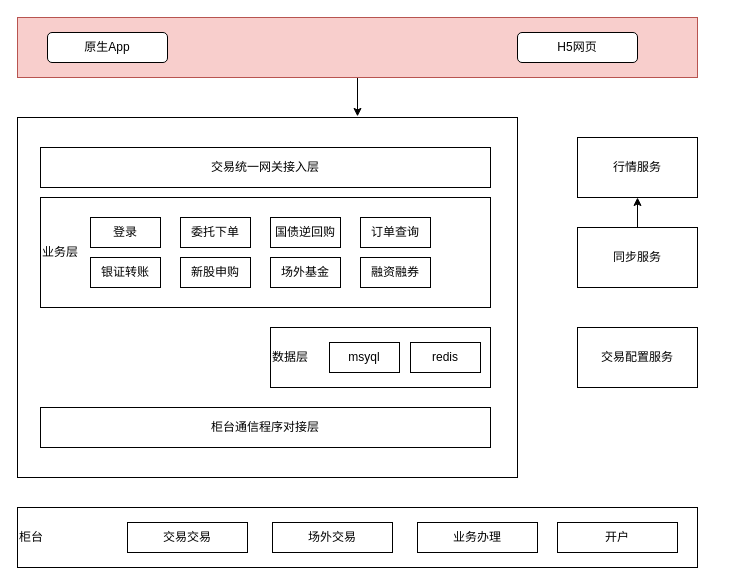
Above: Untitled Diagram.drawio in WindRain20140210/files-ArchitectureDiagram (draw.io), before the change. Source tidied: cells renumbered, new cells numbered last; positions are measured from the earlier drawing's top-left corner, leaving out a move shared by most shapes. Both pictures are drawn from the tidied source at 100%, with x=0, y=0 at pixel (17, 17).
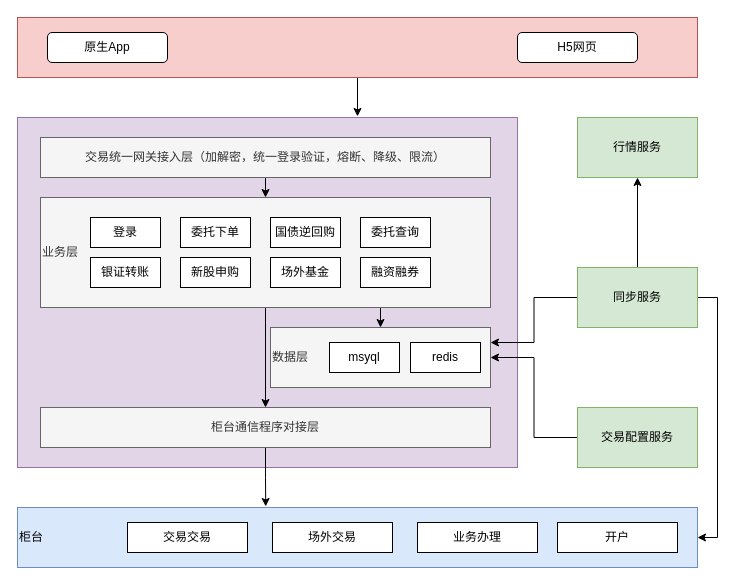
The same diagram, later.

Change to the diagram source:
```diff
@@
-    <mxCell id="6" style="rounded=0;whiteSpace=wrap;html=1;" parent="1" vertex="1">
-      <mxGeometry y="100" width="500" height="360" as="geometry" />
+    <mxCell id="6" style="rounded=0;whiteSpace=wrap;html=1;fillColor=#e1d5e7;strokeColor=#9673a6;" parent="1" vertex="1">
+      <mxGeometry y="100" width="500" height="350" as="geometry" />
     </mxCell>
+    <mxCell id="30" style="edgeStyle=orthogonalEdgeStyle;rounded=0;jettySize=auto;html=1;exitX=0.5;exitY=1;exitDx=0;exitDy=0;entryX=0.5;entryY=0;entryDx=0;entryDy=0;" parent="1" edge="1" source="7" target="8">
+      <mxGeometry relative="1" as="geometry" />
+    </mxCell>
-    <mxCell id="7" value="交易统一网关接入层" style="rounded=0;whiteSpace=wrap;html=1;" parent="1" vertex="1">
-      <mxGeometry x="23" y="130" width="450" height="40" as="geometry" />
+    <mxCell id="7" value="交易统一网关接入层（加解密，统一登录验证，熔断、降级、限流）" style="rounded=0;whiteSpace=wrap;html=1;fillColor=#f5f5f5;strokeColor=#666666;fontColor=#333333;" parent="1" vertex="1">
+      <mxGeometry x="23" y="120" width="450" height="40" as="geometry" />
     </mxCell>
+    <mxCell id="31" style="edgeStyle=orthogonalEdgeStyle;rounded=0;jettySize=auto;html=1;entryX=0.5;entryY=0;entryDx=0;entryDy=0;" parent="1" edge="1" source="8" target="9">
+      <mxGeometry relative="1" as="geometry" />
+    </mxCell>
+    <mxCell id="32" style="edgeStyle=orthogonalEdgeStyle;rounded=0;jettySize=auto;html=1;exitX=0.75;exitY=1;exitDx=0;exitDy=0;entryX=0.5;entryY=0;entryDx=0;entryDy=0;" parent="1" edge="1" source="8" target="10">
+      <mxGeometry relative="1" as="geometry" />
+    </mxCell>
-    <mxCell id="8" value="业务层" style="rounded=0;whiteSpace=wrap;html=1;align=left;" parent="1" vertex="1">
+    <mxCell id="8" value="业务层" style="rounded=0;whiteSpace=wrap;html=1;align=left;fillColor=#f5f5f5;strokeColor=#666666;fontColor=#333333;" parent="1" vertex="1">
       <mxGeometry x="23" y="180" width="450" height="110" as="geometry" />
     </mxCell>
+    <mxCell id="33" style="edgeStyle=orthogonalEdgeStyle;rounded=0;jettySize=auto;html=1;entryX=0.365;entryY=-0.017;entryDx=0;entryDy=0;entryPerimeter=0;" parent="1" edge="1" source="9" target="21">
+      <mxGeometry relative="1" as="geometry" />
+    </mxCell>
-    <mxCell id="9" value="柜台通信程序对接层" style="rounded=0;whiteSpace=wrap;html=1;" parent="1" vertex="1">
+    <mxCell id="9" value="柜台通信程序对接层" style="rounded=0;whiteSpace=wrap;html=1;fillColor=#f5f5f5;strokeColor=#666666;fontColor=#333333;" parent="1" vertex="1">
       <mxGeometry x="23" y="390" width="450" height="40" as="geometry" />
     </mxCell>
-    <mxCell id="10" value="&lt;div&gt;&lt;span&gt;数据层&lt;/span&gt;&lt;/div&gt;" style="rounded=0;whiteSpace=wrap;html=1;align=left;" parent="1" vertex="1">
+    <mxCell id="10" value="&lt;div&gt;&lt;span&gt;数据层&lt;/span&gt;&lt;/div&gt;" style="rounded=0;whiteSpace=wrap;html=1;align=left;fillColor=#f5f5f5;strokeColor=#666666;fontColor=#333333;" parent="1" vertex="1">
       <mxGeometry x="253" y="310" width="220" height="60" as="geometry" />
     </mxCell>
@@
-    <mxCell id="19" value="订单查询" style="rounded=0;whiteSpace=wrap;html=1;" parent="1" vertex="1">
+    <mxCell id="19" value="委托查询" style="rounded=0;whiteSpace=wrap;html=1;" parent="1" vertex="1">
       <mxGeometry x="343" y="200" width="70" height="30" as="geometry" />
     </mxCell>
@@
-    <mxCell id="21" value="柜台" style="rounded=0;whiteSpace=wrap;html=1;align=left;" parent="1" vertex="1">
+    <mxCell id="21" value="柜台" style="rounded=0;whiteSpace=wrap;html=1;align=left;fillColor=#dae8fc;strokeColor=#6c8ebf;" parent="1" vertex="1">
       <mxGeometry y="490" width="680" height="60" as="geometry" />
     </mxCell>
@@
-    <mxCell id="26" value="行情服务" style="rounded=0;whiteSpace=wrap;html=1;" parent="1" vertex="1">
-      <mxGeometry x="560" y="120" width="120" height="60" as="geometry" />
+    <mxCell id="26" value="行情服务" style="rounded=0;whiteSpace=wrap;html=1;fillColor=#d5e8d4;strokeColor=#82b366;" parent="1" vertex="1">
+      <mxGeometry x="560" y="100" width="120" height="60" as="geometry" />
     </mxCell>
@@
+    <mxCell id="34" style="edgeStyle=orthogonalEdgeStyle;rounded=0;jettySize=auto;html=1;exitX=0;exitY=0.5;exitDx=0;exitDy=0;entryX=1;entryY=0.25;entryDx=0;entryDy=0;" parent="1" edge="1" source="28" target="10">
+      <mxGeometry relative="1" as="geometry" />
+    </mxCell>
+    <mxCell id="35" style="edgeStyle=orthogonalEdgeStyle;rounded=0;jettySize=auto;html=1;exitX=1;exitY=0.5;exitDx=0;exitDy=0;entryX=1;entryY=0.5;entryDx=0;entryDy=0;" parent="1" edge="1" source="28" target="21">
+      <mxGeometry relative="1" as="geometry" />
+    </mxCell>
-    <mxCell id="28" value="同步服务" style="rounded=0;whiteSpace=wrap;html=1;" parent="1" vertex="1">
-      <mxGeometry x="560" y="210" width="120" height="60" as="geometry" />
+    <mxCell id="28" value="同步服务" style="rounded=0;whiteSpace=wrap;html=1;fillColor=#d5e8d4;strokeColor=#82b366;" parent="1" vertex="1">
+      <mxGeometry x="560" y="250" width="120" height="60" as="geometry" />
     </mxCell>
+    <mxCell id="36" style="edgeStyle=orthogonalEdgeStyle;rounded=0;jettySize=auto;html=1;entryX=1;entryY=0.5;entryDx=0;entryDy=0;" parent="1" edge="1" source="29" target="10">
+      <mxGeometry relative="1" as="geometry" />
+    </mxCell>
-    <mxCell id="29" value="交易配置服务" style="rounded=0;whiteSpace=wrap;html=1;" parent="1" vertex="1">
-      <mxGeometry x="560" y="310" width="120" height="60" as="geometry" />
+    <mxCell id="29" value="交易配置服务" style="rounded=0;whiteSpace=wrap;html=1;fillColor=#d5e8d4;strokeColor=#82b366;" parent="1" vertex="1">
+      <mxGeometry x="560" y="390" width="120" height="60" as="geometry" />
     </mxCell>
```
